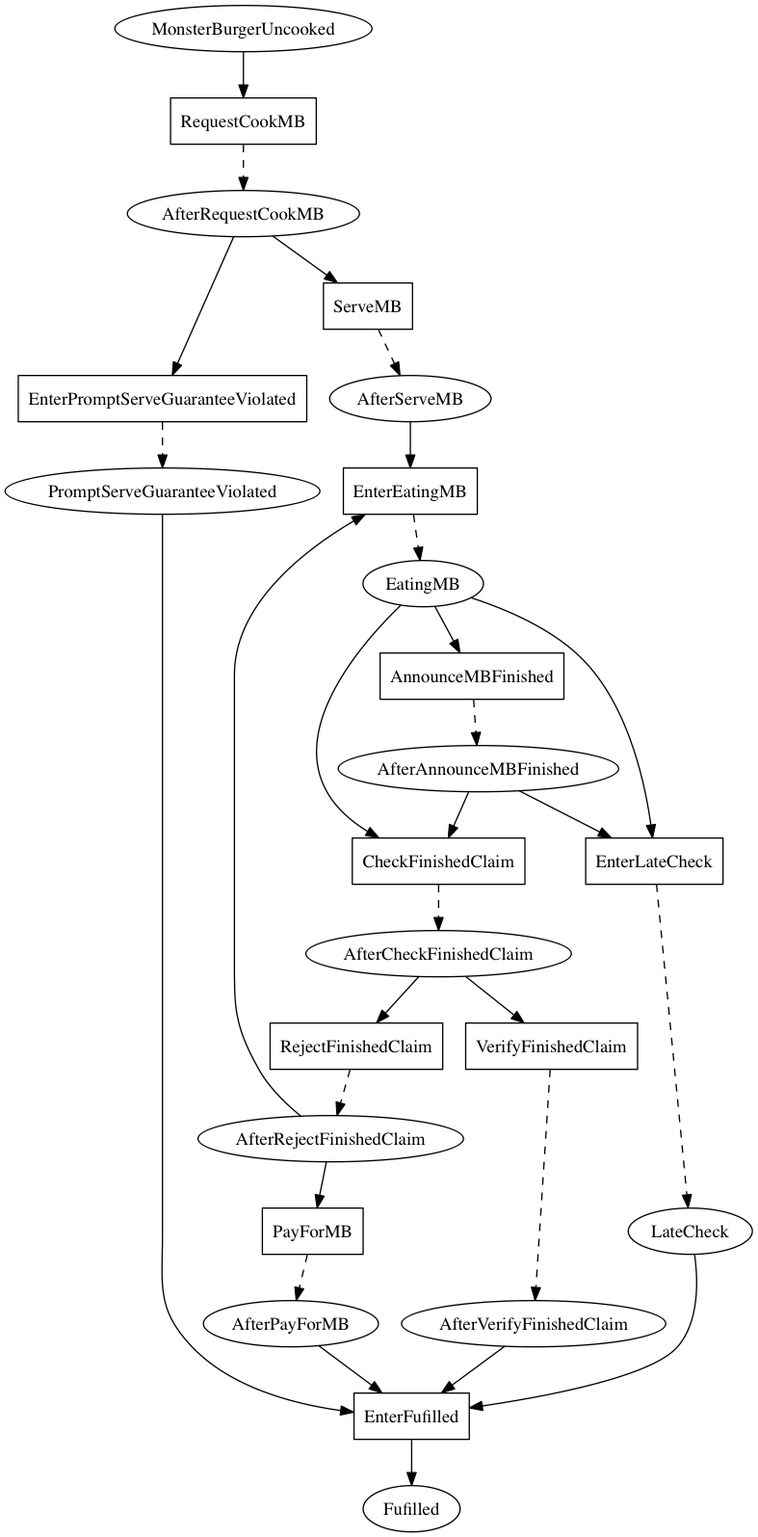
Before: linear_state_machine_language/pyL4/examples_graphviz_gen/monster_burger.png, a diagram exported from Graphviz (Marcao02/complaw-deeptech). Its source is kept beside it as linear_state_machine_language/pyL4/examples_graphviz_gen/monster_burger.dot.
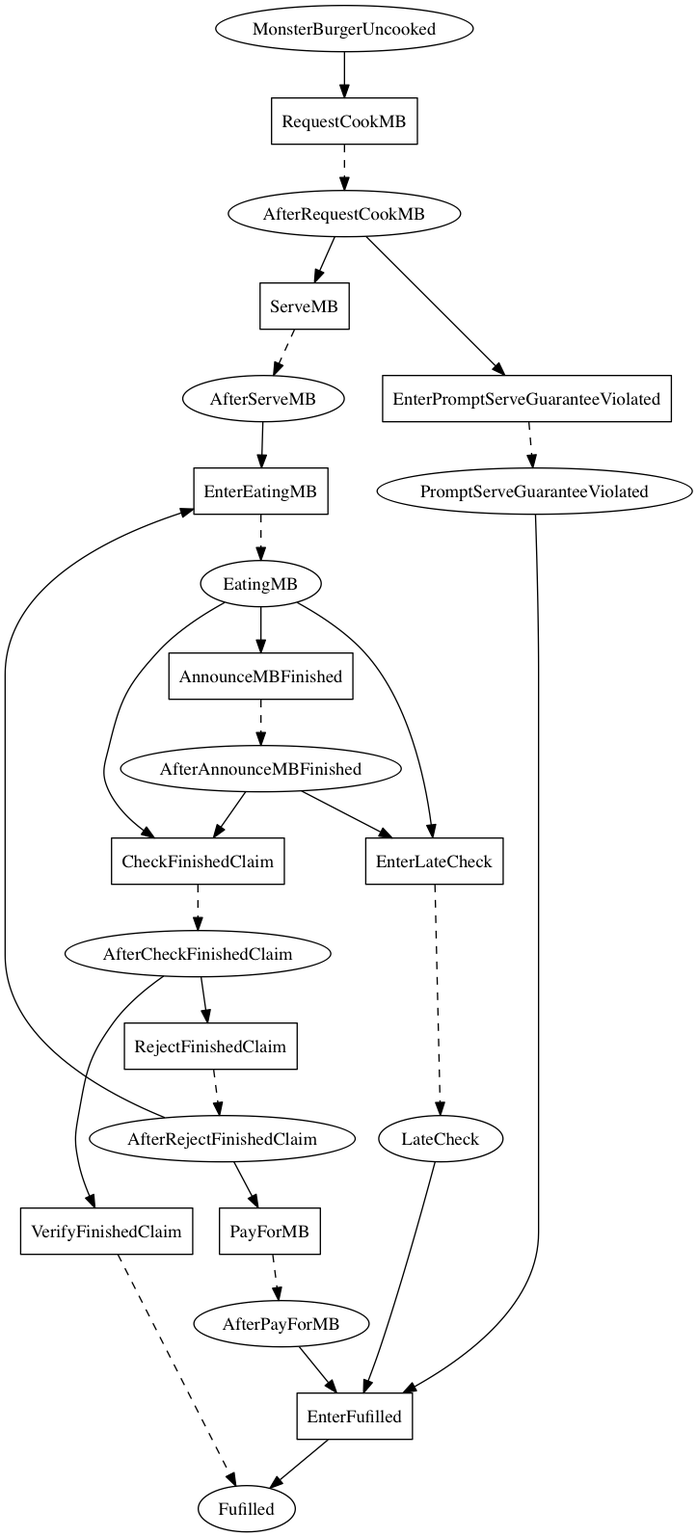
After the commit.

Diff of the diagram source:
```diff
@@ -10,8 +10,7 @@
 	LateCheck[label=LateCheck];
 	AfterCheckFinishedClaim[label=AfterCheckFinishedClaim];
 	AfterRejectFinishedClaim[label=AfterRejectFinishedClaim];
-	AfterPayForMB[label=AfterPayForMB];
-	AfterVerifyFinishedClaim[label=AfterVerifyFinishedClaim]
+	AfterPayForMB[label=AfterPayForMB]
 
     EnterFulfilled[label=EnterFufilled,shape=box];
     RequestCookMB[label=RequestCookMB,shape=box];
@@ -42,8 +41,7 @@
 	AfterCheckFinishedClaim -> RejectFinishedClaim;
 	AfterRejectFinishedClaim -> EnterEatingMB;
 	AfterRejectFinishedClaim -> PayForMB;
-	AfterPayForMB -> EnterFulfilled;
-	AfterVerifyFinishedClaim -> EnterFulfilled
+	AfterPayForMB -> EnterFulfilled
 
     RequestCookMB -> AfterRequestCookMB [style=dashed];
 	ServeMB -> AfterServeMB [style=dashed];
@@ -54,6 +52,6 @@
 	CheckFinishedClaim -> AfterCheckFinishedClaim [style=dashed];
 	RejectFinishedClaim -> AfterRejectFinishedClaim [style=dashed];
 	PayForMB -> AfterPayForMB [style=dashed];
-	VerifyFinishedClaim -> AfterVerifyFinishedClaim [style=dashed];
+	VerifyFinishedClaim -> Fulfilled [style=dashed];
 
 }
```
